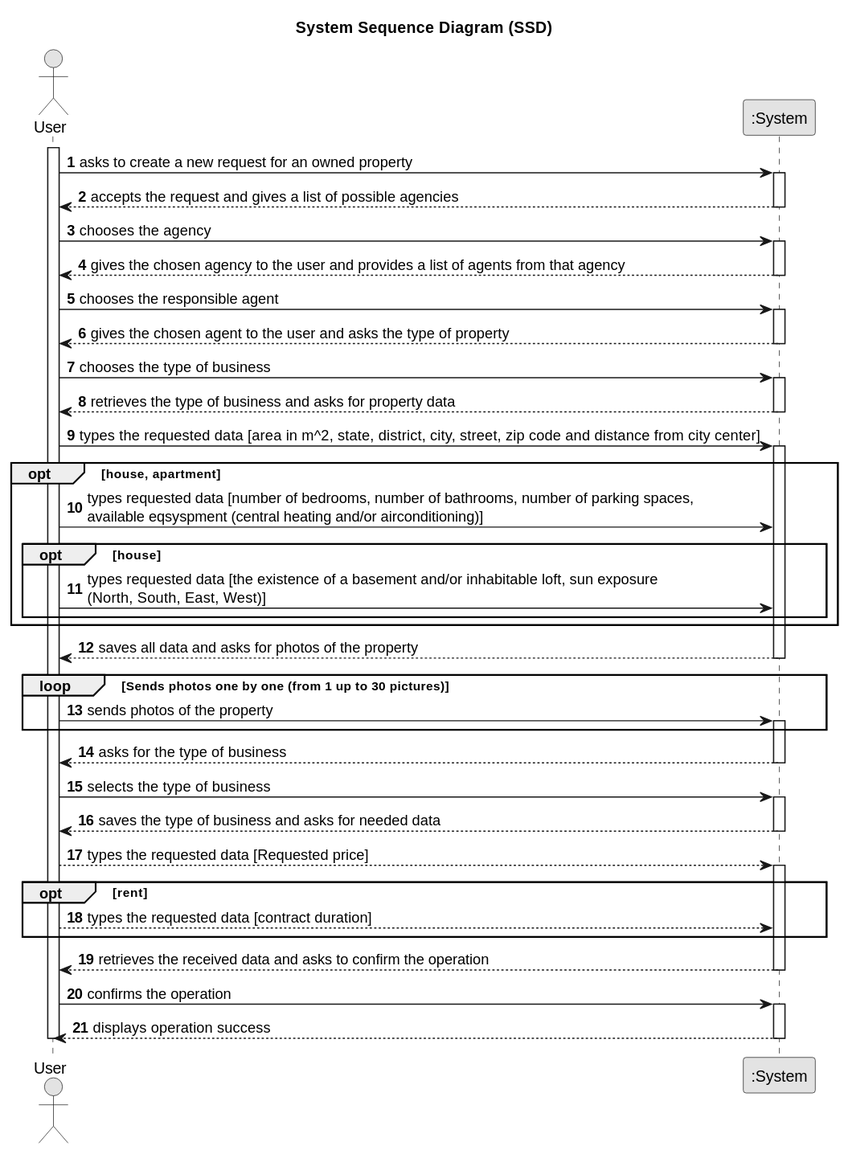
Above: docs/sprintB/US04/01.requirements-engineering/svg/us04-system-sequence-diagram-alternative-one.svg in PureNimble/ISEP-LAPR2 (PlantUML), before the change.
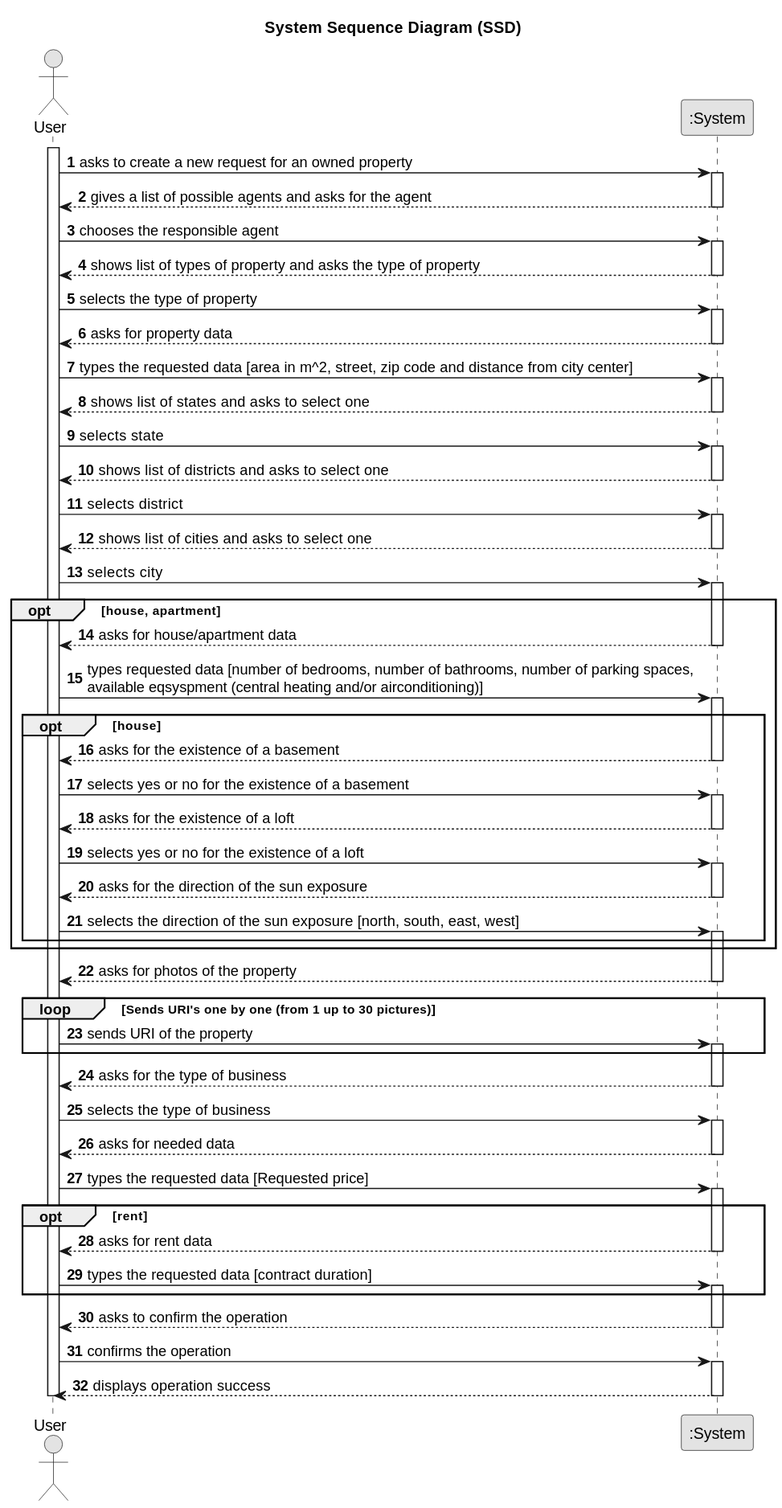
Later version of the same file.

Change to the diagram source:
```diff
@@ -10,48 +10,83 @@
 actor "User" as user
 participant ":System" as sys
 
-    activate user
+activate user
 
-    user -> sys: asks to create a new request for an owned property
+
+    user -> sys : asks to create a new request for an owned property
     activate sys
 
-    sys --> user : accepts the request and gives a list of possible agencies
-    deactivate sys
-
-    user -> sys : chooses the agency
-    activate sys
-
-    sys --> user : gives the chosen agency to the user and provides a list of agents from that agency
+    sys --> user : gives a list of possible agents and asks for the agent
     deactivate sys
 
     user -> sys : chooses the responsible agent
     activate sys
 
-    sys --> user : gives the chosen agent to the user and asks the type of property
+    sys --> user : shows list of types of property and asks the type of property
     deactivate sys
 
-    user -> sys : chooses the type of business
+    user -> sys : selects the type of property
     activate sys
 
-    sys --> user : retrieves the type of business and asks for property data
+    sys --> user : asks for property data
     deactivate sys
 
-    user -> sys : types the requested data [area in m^2, state, district, city, street, zip code and distance from city center]
-        activate sys
-        opt house, apartment
+    user -> sys : types the requested data [area in m^2, street, zip code and distance from city center]
+    activate sys
+
+    sys --> user: shows list of states and asks to select one
+                deactivate sys
+
+                user -> sys : selects state
+                activate sys
+
+    sys --> user: shows list of districts and asks to select one
+                deactivate sys
+
+                user -> sys : selects district
+                activate sys
+
+   sys --> user: shows list of cities and asks to select one
+                deactivate sys
+
+                user -> sys : selects city
+                activate sys
+
+    opt house, apartment
+            sys --> user : asks for house/apartment data
+            deactivate sys
+
             user -> sys : types requested data [number of bedrooms, number of bathrooms, number of parking spaces, \navailable eqsyspment (central heating and/or airconditioning)]
+            activate sys
+
             opt house
-                user -> sys : types requested data [the existence of a basement and/or inhabitable loft, sun exposure \n(North, South, East, West)]
-            end
-        end
+                sys --> user : asks for the existence of a basement
+                deactivate sys
 
-    sys ---> user : saves all data and asks for photos of the property
+                user -> sys: selects yes or no for the existence of a basement
+                activate sys
+
+                sys --> user : asks for the existence of a loft
+                deactivate sys
+
+                user -> sys: selects yes or no for the existence of a loft
+                activate sys
+
+                sys --> user: asks for the direction of the sun exposure
+                deactivate sys
+
+                user -> sys : selects the direction of the sun exposure [north, south, east, west]
+                activate sys
+           end
+    end
+     sys --> user : asks for photos of the property
     deactivate sys
 
-    loop Sends photos one by one (from 1 up to 30 pictures)
+    loop Sends URI's one by one (from 1 up to 30 pictures)
 
-        user -> sys : sends photos of the property
+        user -> sys : sends URI of the property
         activate sys
+
     end
 
     sys ---> user : asks for the type of business
@@ -60,17 +95,20 @@
     user -> sys : selects the type of business
     activate sys
 
-    sys --> user : saves the type of business and asks for needed data
+    sys --> user : asks for needed data
     deactivate sys
 
-    user ---> sys : types the requested data [Requested price]
+    user -> sys : types the requested data [Requested price]
     activate sys
 
     opt rent
-        user ---> sys : types the requested data [contract duration]
+        sys --> user : asks for rent data
+        deactivate sys
+        user -> sys : types the requested data [contract duration]
+        activate sys
     end
 
-    sys --> user : retrieves the received data and asks to confirm the operation
+    sys --> user : asks to confirm the operation
     deactivate sys
 
     user -> sys : confirms the operation
@@ -79,4 +117,6 @@
     sys --> user : displays operation success
     deactivate sys
     deactivate user
+
+
     @enduml
```
